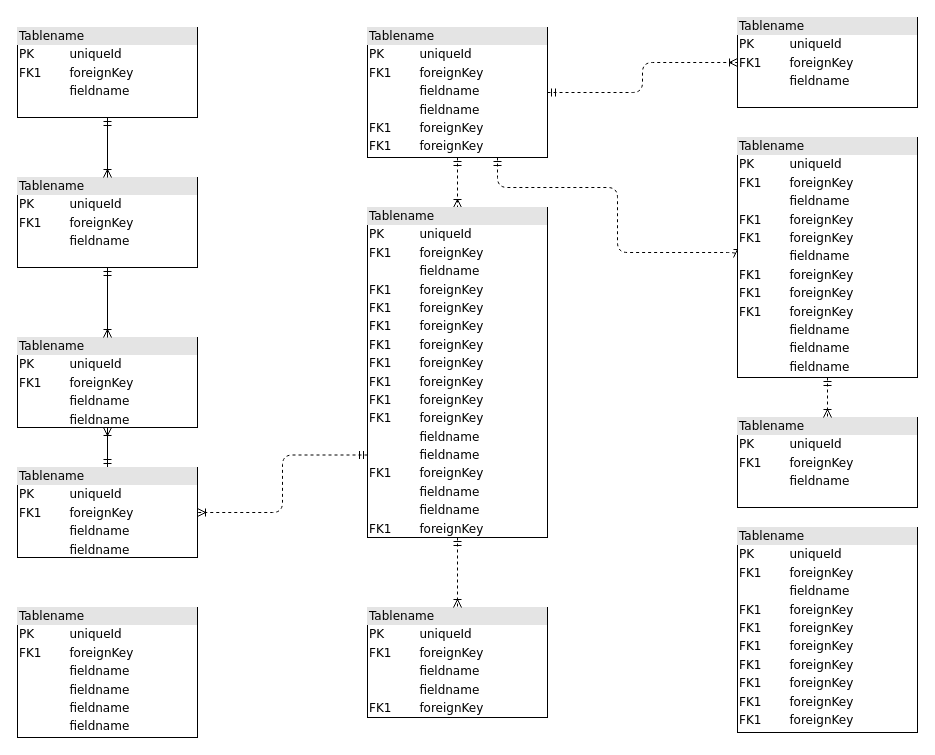
b897846872/blogbackui keeps this draw.io diagram as 监管服务逻辑模型.drawio. Above is the earlier version. Source tidied: cells renumbered, new cells numbered last; positions are measured from the earlier drawing's top-left corner, leaving out a move shared by most shapes. Both pictures are drawn from the tidied source at 100%, with x=0, y=0 at pixel (17, 17).
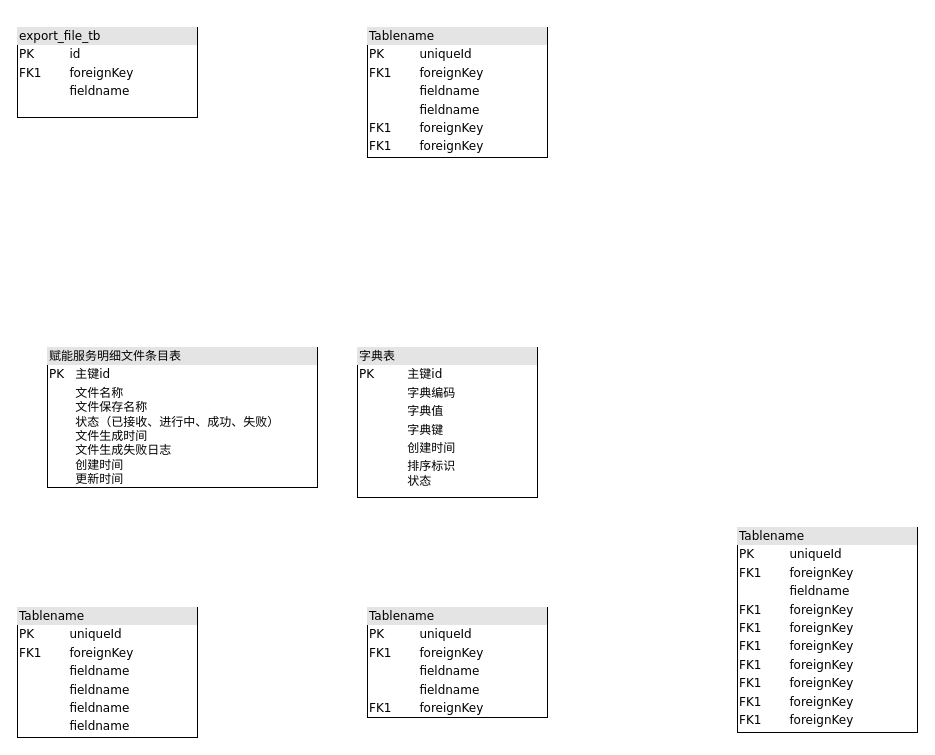
The same diagram, later.

Commit message:
更新监管服务逻辑模型.drawio

Unchanged cells that the change refers to:
```xml
<mxCell id="6" value="&lt;div style=&quot;box-sizing: border-box ; width: 100% ; background: #e4e4e4 ; padding: 2px&quot;&gt;Tablename&lt;/div&gt;&lt;table style=&quot;width: 100% ; font-size: 1em&quot; cellpadding=&quot;2&quot; cellspacing=&quot;0&quot;&gt;&lt;tbody&gt;&lt;tr&gt;&lt;td&gt;PK&lt;/td&gt;&lt;td&gt;uniqueId&lt;/td&gt;&lt;/tr&gt;&lt;tr&gt;&lt;td&gt;FK1&lt;/td&gt;&lt;td&gt;foreignKey&lt;/td&gt;&lt;/tr&gt;&lt;tr&gt;&lt;td&gt;&lt;/td&gt;&lt;td&gt;fieldname&lt;/td&gt;&lt;/tr&gt;&lt;tr&gt;&lt;td&gt;&lt;br&gt;&lt;/td&gt;&lt;td&gt;fieldname&lt;br&gt;&lt;/td&gt;&lt;/tr&gt;&lt;tr&gt;&lt;td&gt;FK1&lt;br&gt;&lt;/td&gt;&lt;td&gt;foreignKey&lt;br&gt;&lt;/td&gt;&lt;/tr&gt;&lt;tr&gt;&lt;td&gt;FK1&lt;br&gt;&lt;/td&gt;&lt;td&gt;foreignKey&lt;br&gt;&lt;/td&gt;&lt;/tr&gt;&lt;/tbody&gt;&lt;/table&gt;" style="verticalAlign=top;align=left;overflow=fill;html=1;rounded=0;shadow=0;comic=0;labelBackgroundColor=none;strokeWidth=1;fontFamily=Verdana;fontSize=12;" parent="1" vertex="1">
  <mxGeometry x="350" y="10" width="180" height="130" as="geometry" />
</mxCell>
<mxCell id="14" value="&lt;div style=&quot;box-sizing: border-box ; width: 100% ; background: #e4e4e4 ; padding: 2px&quot;&gt;Tablename&lt;/div&gt;&lt;table style=&quot;width: 100% ; font-size: 1em&quot; cellpadding=&quot;2&quot; cellspacing=&quot;0&quot;&gt;&lt;tbody&gt;&lt;tr&gt;&lt;td&gt;PK&lt;/td&gt;&lt;td&gt;uniqueId&lt;/td&gt;&lt;/tr&gt;&lt;tr&gt;&lt;td&gt;FK1&lt;/td&gt;&lt;td&gt;foreignKey&lt;/td&gt;&lt;/tr&gt;&lt;tr&gt;&lt;td&gt;&lt;/td&gt;&lt;td&gt;fieldname&lt;/td&gt;&lt;/tr&gt;&lt;tr&gt;&lt;td&gt;&lt;br&gt;&lt;/td&gt;&lt;td&gt;fieldname&lt;br&gt;&lt;/td&gt;&lt;/tr&gt;&lt;tr&gt;&lt;td&gt;FK1&lt;br&gt;&lt;/td&gt;&lt;td&gt;foreignKey&lt;br&gt;&lt;/td&gt;&lt;/tr&gt;&lt;/tbody&gt;&lt;/table&gt;" style="verticalAlign=top;align=left;overflow=fill;html=1;rounded=0;shadow=0;comic=0;labelBackgroundColor=none;strokeWidth=1;fontFamily=Verdana;fontSize=12;" parent="1" vertex="1">
  <mxGeometry x="350" y="590" width="180" height="110" as="geometry" />
</mxCell>
```

Change to the diagram source:
```diff
@@
-    <mxCell id="2" value="&lt;div style=&quot;box-sizing:border-box;width:100%;background:#e4e4e4;padding:2px;&quot;&gt;Tablename&lt;/div&gt;&lt;table style=&quot;width:100%;font-size:1em;&quot; cellpadding=&quot;2&quot; cellspacing=&quot;0&quot;&gt;&lt;tr&gt;&lt;td&gt;PK&lt;/td&gt;&lt;td&gt;uniqueId&lt;/td&gt;&lt;/tr&gt;&lt;tr&gt;&lt;td&gt;FK1&lt;/td&gt;&lt;td&gt;foreignKey&lt;/td&gt;&lt;/tr&gt;&lt;tr&gt;&lt;td&gt;&lt;/td&gt;&lt;td&gt;fieldname&lt;/td&gt;&lt;/tr&gt;&lt;/table&gt;" style="verticalAlign=top;align=left;overflow=fill;html=1;rounded=0;shadow=0;comic=0;labelBackgroundColor=none;strokeWidth=1;fontFamily=Verdana;fontSize=12;" parent="1" vertex="1">
+    <mxCell id="2" value="&lt;div style=&quot;box-sizing: border-box; width: 100%; background: rgb(228, 228, 228); padding: 2px;&quot;&gt;export_file_tb&lt;/div&gt;&lt;table style=&quot;width:100%;font-size:1em;&quot; cellpadding=&quot;2&quot; cellspacing=&quot;0&quot;&gt;&lt;tbody&gt;&lt;tr&gt;&lt;td&gt;PK&lt;/td&gt;&lt;td&gt;id&lt;/td&gt;&lt;/tr&gt;&lt;tr&gt;&lt;td&gt;FK1&lt;/td&gt;&lt;td&gt;foreignKey&lt;/td&gt;&lt;/tr&gt;&lt;tr&gt;&lt;td&gt;&lt;/td&gt;&lt;td&gt;fieldname&lt;/td&gt;&lt;/tr&gt;&lt;/tbody&gt;&lt;/table&gt;" style="verticalAlign=top;align=left;overflow=fill;html=1;rounded=0;shadow=0;comic=0;labelBackgroundColor=none;strokeWidth=1;fontFamily=Verdana;fontSize=12;" parent="1" vertex="1">
       <mxGeometry y="10" width="180" height="90" as="geometry" />
     </mxCell>
-    <mxCell id="3" style="edgeStyle=orthogonalEdgeStyle;html=1;entryX=0.5;entryY=0;dashed=1;labelBackgroundColor=none;startArrow=ERmandOne;endArrow=ERoneToMany;fontFamily=Verdana;fontSize=12;align=left;" parent="1" edge="1" source="6" target="16">
-      <mxGeometry relative="1" as="geometry" />
-    </mxCell>
-    <mxCell id="4" style="edgeStyle=orthogonalEdgeStyle;html=1;dashed=1;labelBackgroundColor=none;startArrow=ERmandOne;endArrow=ERoneToMany;fontFamily=Verdana;fontSize=12;align=left;entryX=0;entryY=0.5;" parent="1" edge="1" source="6" target="19">
-      <mxGeometry relative="1" as="geometry">
-        <Array as="points">
-          <mxPoint x="480" y="170" />
-          <mxPoint x="600" y="170" />
-          <mxPoint x="600" y="235" />
-        </Array>
-      </mxGeometry>
-    </mxCell>
-    <mxCell id="5" style="edgeStyle=orthogonalEdgeStyle;html=1;dashed=1;labelBackgroundColor=none;startArrow=ERmandOne;endArrow=ERoneToMany;fontFamily=Verdana;fontSize=12;align=left;" parent="1" edge="1" source="6" target="20">
-      <mxGeometry relative="1" as="geometry" />
-    </mxCell>
@@
-    <mxCell id="7" style="edgeStyle=orthogonalEdgeStyle;html=1;labelBackgroundColor=none;startArrow=ERmandOne;endArrow=ERoneToMany;fontFamily=Verdana;fontSize=12;align=left;" parent="1" edge="1" source="9" target="10">
-      <mxGeometry relative="1" as="geometry" />
-    </mxCell>
-    <mxCell id="8" style="edgeStyle=orthogonalEdgeStyle;html=1;exitX=0;exitY=0.75;entryX=1;entryY=0.5;dashed=1;labelBackgroundColor=none;startArrow=ERmandOne;endArrow=ERoneToMany;fontFamily=Verdana;fontSize=12;align=left;" parent="1" edge="1" source="16" target="9">
-      <mxGeometry relative="1" as="geometry" />
-    </mxCell>
-    <mxCell id="9" value="&lt;div style=&quot;box-sizing: border-box ; width: 100% ; background: #e4e4e4 ; padding: 2px&quot;&gt;Tablename&lt;/div&gt;&lt;table style=&quot;width: 100% ; font-size: 1em&quot; cellpadding=&quot;2&quot; cellspacing=&quot;0&quot;&gt;&lt;tbody&gt;&lt;tr&gt;&lt;td&gt;PK&lt;/td&gt;&lt;td&gt;uniqueId&lt;/td&gt;&lt;/tr&gt;&lt;tr&gt;&lt;td&gt;FK1&lt;/td&gt;&lt;td&gt;foreignKey&lt;/td&gt;&lt;/tr&gt;&lt;tr&gt;&lt;td&gt;&lt;/td&gt;&lt;td&gt;fieldname&lt;/td&gt;&lt;/tr&gt;&lt;tr&gt;&lt;td&gt;&lt;br&gt;&lt;/td&gt;&lt;td&gt;fieldname&lt;br&gt;&lt;/td&gt;&lt;/tr&gt;&lt;/tbody&gt;&lt;/table&gt;" style="verticalAlign=top;align=left;overflow=fill;html=1;rounded=0;shadow=0;comic=0;labelBackgroundColor=none;strokeWidth=1;fontFamily=Verdana;fontSize=12;" parent="1" vertex="1">
-      <mxGeometry y="450" width="180" height="90" as="geometry" />
-    </mxCell>
-    <mxCell id="10" value="&lt;div style=&quot;box-sizing: border-box ; width: 100% ; background: #e4e4e4 ; padding: 2px&quot;&gt;Tablename&lt;/div&gt;&lt;table style=&quot;width: 100% ; font-size: 1em&quot; cellpadding=&quot;2&quot; cellspacing=&quot;0&quot;&gt;&lt;tbody&gt;&lt;tr&gt;&lt;td&gt;PK&lt;/td&gt;&lt;td&gt;uniqueId&lt;/td&gt;&lt;/tr&gt;&lt;tr&gt;&lt;td&gt;FK1&lt;/td&gt;&lt;td&gt;foreignKey&lt;/td&gt;&lt;/tr&gt;&lt;tr&gt;&lt;td&gt;&lt;/td&gt;&lt;td&gt;fieldname&lt;/td&gt;&lt;/tr&gt;&lt;tr&gt;&lt;td&gt;&lt;br&gt;&lt;/td&gt;&lt;td&gt;fieldname&lt;br&gt;&lt;/td&gt;&lt;/tr&gt;&lt;/tbody&gt;&lt;/table&gt;" style="verticalAlign=top;align=left;overflow=fill;html=1;rounded=0;shadow=0;comic=0;labelBackgroundColor=none;strokeWidth=1;fontFamily=Verdana;fontSize=12;" parent="1" vertex="1">
-      <mxGeometry y="320" width="180" height="90" as="geometry" />
-    </mxCell>
-    <mxCell id="11" style="edgeStyle=orthogonalEdgeStyle;html=1;entryX=0.5;entryY=0;labelBackgroundColor=none;startArrow=ERmandOne;endArrow=ERoneToMany;fontFamily=Verdana;fontSize=12;align=left;" parent="1" edge="1" source="12" target="10">
-      <mxGeometry relative="1" as="geometry" />
-    </mxCell>
-    <mxCell id="12" value="&lt;div style=&quot;box-sizing:border-box;width:100%;background:#e4e4e4;padding:2px;&quot;&gt;Tablename&lt;/div&gt;&lt;table style=&quot;width:100%;font-size:1em;&quot; cellpadding=&quot;2&quot; cellspacing=&quot;0&quot;&gt;&lt;tr&gt;&lt;td&gt;PK&lt;/td&gt;&lt;td&gt;uniqueId&lt;/td&gt;&lt;/tr&gt;&lt;tr&gt;&lt;td&gt;FK1&lt;/td&gt;&lt;td&gt;foreignKey&lt;/td&gt;&lt;/tr&gt;&lt;tr&gt;&lt;td&gt;&lt;/td&gt;&lt;td&gt;fieldname&lt;/td&gt;&lt;/tr&gt;&lt;/table&gt;" style="verticalAlign=top;align=left;overflow=fill;html=1;rounded=0;shadow=0;comic=0;labelBackgroundColor=none;strokeWidth=1;fontFamily=Verdana;fontSize=12;" parent="1" vertex="1">
-      <mxGeometry y="160" width="180" height="90" as="geometry" />
-    </mxCell>
@@
-    <mxCell id="15" style="edgeStyle=orthogonalEdgeStyle;html=1;entryX=0.5;entryY=0;labelBackgroundColor=none;startArrow=ERmandOne;endArrow=ERoneToMany;fontFamily=Verdana;fontSize=12;align=left;dashed=1;" parent="1" edge="1" source="16" target="14">
-      <mxGeometry relative="1" as="geometry" />
-    </mxCell>
-    <mxCell id="16" value="&lt;div style=&quot;box-sizing: border-box ; width: 100% ; background: #e4e4e4 ; padding: 2px&quot;&gt;Tablename&lt;/div&gt;&lt;table style=&quot;width: 100% ; font-size: 1em&quot; cellpadding=&quot;2&quot; cellspacing=&quot;0&quot;&gt;&lt;tbody&gt;&lt;tr&gt;&lt;td&gt;PK&lt;/td&gt;&lt;td&gt;uniqueId&lt;/td&gt;&lt;/tr&gt;&lt;tr&gt;&lt;td&gt;FK1&lt;/td&gt;&lt;td&gt;foreignKey&lt;/td&gt;&lt;/tr&gt;&lt;tr&gt;&lt;td&gt;&lt;/td&gt;&lt;td&gt;fieldname&lt;/td&gt;&lt;/tr&gt;&lt;tr&gt;&lt;td&gt;FK1&lt;br&gt;&lt;/td&gt;&lt;td&gt;foreignKey&lt;br&gt;&lt;/td&gt;&lt;/tr&gt;&lt;tr&gt;&lt;td&gt;FK1&lt;br&gt;&lt;/td&gt;&lt;td&gt;foreignKey&lt;br&gt;&lt;/td&gt;&lt;/tr&gt;&lt;tr&gt;&lt;td&gt;FK1&lt;br&gt;&lt;/td&gt;&lt;td&gt;foreignKey&lt;br&gt;&lt;/td&gt;&lt;/tr&gt;&lt;tr&gt;&lt;td&gt;FK1&lt;br&gt;&lt;/td&gt;&lt;td&gt;foreignKey&lt;br&gt;&lt;/td&gt;&lt;/tr&gt;&lt;tr&gt;&lt;td&gt;FK1&lt;br&gt;&lt;/td&gt;&lt;td&gt;foreignKey&lt;br&gt;&lt;/td&gt;&lt;/tr&gt;&lt;tr&gt;&lt;td&gt;FK1&lt;br&gt;&lt;/td&gt;&lt;td&gt;foreignKey&lt;br&gt;&lt;/td&gt;&lt;/tr&gt;&lt;tr&gt;&lt;td&gt;FK1&lt;br&gt;&lt;/td&gt;&lt;td&gt;foreignKey&lt;br&gt;&lt;/td&gt;&lt;/tr&gt;&lt;tr&gt;&lt;td&gt;FK1&lt;br&gt;&lt;/td&gt;&lt;td&gt;foreignKey&lt;br&gt;&lt;/td&gt;&lt;/tr&gt;&lt;tr&gt;&lt;td&gt;&lt;br&gt;&lt;/td&gt;&lt;td&gt;fieldname&lt;br&gt;&lt;/td&gt;&lt;/tr&gt;&lt;tr&gt;&lt;td&gt;&lt;br&gt;&lt;/td&gt;&lt;td&gt;fieldname&lt;br&gt;&lt;/td&gt;&lt;/tr&gt;&lt;tr&gt;&lt;td&gt;FK1&lt;br&gt;&lt;/td&gt;&lt;td&gt;foreignKey&lt;br&gt;&lt;/td&gt;&lt;/tr&gt;&lt;tr&gt;&lt;td&gt;&lt;br&gt;&lt;/td&gt;&lt;td&gt;fieldname&lt;br&gt;&lt;/td&gt;&lt;/tr&gt;&lt;tr&gt;&lt;td&gt;&lt;br&gt;&lt;/td&gt;&lt;td&gt;fieldname&lt;br&gt;&lt;/td&gt;&lt;/tr&gt;&lt;tr&gt;&lt;td&gt;FK1&lt;br&gt;&lt;/td&gt;&lt;td&gt;foreignKey&lt;br&gt;&lt;/td&gt;&lt;/tr&gt;&lt;/tbody&gt;&lt;/table&gt;" style="verticalAlign=top;align=left;overflow=fill;html=1;rounded=0;shadow=0;comic=0;labelBackgroundColor=none;strokeWidth=1;fontFamily=Verdana;fontSize=12;" parent="1" vertex="1">
-      <mxGeometry x="350" y="190" width="180" height="330" as="geometry" />
-    </mxCell>
-    <mxCell id="17" value="&lt;div style=&quot;box-sizing:border-box;width:100%;background:#e4e4e4;padding:2px;&quot;&gt;Tablename&lt;/div&gt;&lt;table style=&quot;width:100%;font-size:1em;&quot; cellpadding=&quot;2&quot; cellspacing=&quot;0&quot;&gt;&lt;tr&gt;&lt;td&gt;PK&lt;/td&gt;&lt;td&gt;uniqueId&lt;/td&gt;&lt;/tr&gt;&lt;tr&gt;&lt;td&gt;FK1&lt;/td&gt;&lt;td&gt;foreignKey&lt;/td&gt;&lt;/tr&gt;&lt;tr&gt;&lt;td&gt;&lt;/td&gt;&lt;td&gt;fieldname&lt;/td&gt;&lt;/tr&gt;&lt;/table&gt;" style="verticalAlign=top;align=left;overflow=fill;html=1;rounded=0;shadow=0;comic=0;labelBackgroundColor=none;strokeWidth=1;fontFamily=Verdana;fontSize=12;" parent="1" vertex="1">
-      <mxGeometry x="720" y="400" width="180" height="90" as="geometry" />
-    </mxCell>
-    <mxCell id="18" style="edgeStyle=orthogonalEdgeStyle;html=1;entryX=0.5;entryY=0;dashed=1;labelBackgroundColor=none;startArrow=ERmandOne;endArrow=ERoneToMany;fontFamily=Verdana;fontSize=12;align=left;" parent="1" edge="1" source="19" target="17">
-      <mxGeometry relative="1" as="geometry" />
-    </mxCell>
-    <mxCell id="19" value="&lt;div style=&quot;box-sizing: border-box ; width: 100% ; background: #e4e4e4 ; padding: 2px&quot;&gt;Tablename&lt;/div&gt;&lt;table style=&quot;width: 100% ; font-size: 1em&quot; cellpadding=&quot;2&quot; cellspacing=&quot;0&quot;&gt;&lt;tbody&gt;&lt;tr&gt;&lt;td&gt;PK&lt;/td&gt;&lt;td&gt;uniqueId&lt;/td&gt;&lt;/tr&gt;&lt;tr&gt;&lt;td&gt;FK1&lt;/td&gt;&lt;td&gt;foreignKey&lt;/td&gt;&lt;/tr&gt;&lt;tr&gt;&lt;td&gt;&lt;/td&gt;&lt;td&gt;fieldname&lt;/td&gt;&lt;/tr&gt;&lt;tr&gt;&lt;td&gt;FK1&lt;br&gt;&lt;/td&gt;&lt;td&gt;foreignKey&lt;br&gt;&lt;/td&gt;&lt;/tr&gt;&lt;tr&gt;&lt;td&gt;FK1&lt;br&gt;&lt;/td&gt;&lt;td&gt;foreignKey&lt;br&gt;&lt;/td&gt;&lt;/tr&gt;&lt;tr&gt;&lt;td&gt;&lt;br&gt;&lt;/td&gt;&lt;td&gt;fieldname&lt;br&gt;&lt;/td&gt;&lt;/tr&gt;&lt;tr&gt;&lt;td&gt;FK1&lt;br&gt;&lt;/td&gt;&lt;td&gt;foreignKey&lt;br&gt;&lt;/td&gt;&lt;/tr&gt;&lt;tr&gt;&lt;td&gt;FK1&lt;br&gt;&lt;/td&gt;&lt;td&gt;foreignKey&lt;br&gt;&lt;/td&gt;&lt;/tr&gt;&lt;tr&gt;&lt;td&gt;FK1&lt;br&gt;&lt;/td&gt;&lt;td&gt;foreignKey&lt;br&gt;&lt;/td&gt;&lt;/tr&gt;&lt;tr&gt;&lt;td&gt;&lt;br&gt;&lt;/td&gt;&lt;td&gt;fieldname&lt;br&gt;&lt;/td&gt;&lt;/tr&gt;&lt;tr&gt;&lt;td&gt;&lt;br&gt;&lt;/td&gt;&lt;td&gt;fieldname&lt;br&gt;&lt;/td&gt;&lt;/tr&gt;&lt;tr&gt;&lt;td&gt;&lt;br&gt;&lt;/td&gt;&lt;td&gt;fieldname&lt;br&gt;&lt;/td&gt;&lt;/tr&gt;&lt;/tbody&gt;&lt;/table&gt;" style="verticalAlign=top;align=left;overflow=fill;html=1;rounded=0;shadow=0;comic=0;labelBackgroundColor=none;strokeWidth=1;fontFamily=Verdana;fontSize=12;" parent="1" vertex="1">
-      <mxGeometry x="720" y="120" width="180" height="240" as="geometry" />
-    </mxCell>
-    <mxCell id="20" value="&lt;div style=&quot;box-sizing:border-box;width:100%;background:#e4e4e4;padding:2px;&quot;&gt;Tablename&lt;/div&gt;&lt;table style=&quot;width:100%;font-size:1em;&quot; cellpadding=&quot;2&quot; cellspacing=&quot;0&quot;&gt;&lt;tr&gt;&lt;td&gt;PK&lt;/td&gt;&lt;td&gt;uniqueId&lt;/td&gt;&lt;/tr&gt;&lt;tr&gt;&lt;td&gt;FK1&lt;/td&gt;&lt;td&gt;foreignKey&lt;/td&gt;&lt;/tr&gt;&lt;tr&gt;&lt;td&gt;&lt;/td&gt;&lt;td&gt;fieldname&lt;/td&gt;&lt;/tr&gt;&lt;/table&gt;" style="verticalAlign=top;align=left;overflow=fill;html=1;rounded=0;shadow=0;comic=0;labelBackgroundColor=none;strokeWidth=1;fontFamily=Verdana;fontSize=12;" parent="1" vertex="1">
-      <mxGeometry x="720" width="180" height="90" as="geometry" />
-    </mxCell>
@@
-    <mxCell id="22" style="edgeStyle=orthogonalEdgeStyle;html=1;endArrow=ERoneToMany;startArrow=ERmandOne;labelBackgroundColor=none;fontFamily=Verdana;fontSize=12;align=left;exitX=0.5;exitY=1;entryX=0.5;entryY=0;" parent="1" edge="1" source="2" target="12">
-      <mxGeometry relative="1" as="geometry" />
-    </mxCell>
+    <mxCell id="23" value="&lt;div style=&quot;box-sizing: border-box; width: 100%; background: rgb(228, 228, 228); padding: 2px;&quot;&gt;赋能服务明细文件条目表&lt;/div&gt;&lt;table style=&quot;width:100%;font-size:1em;&quot; cellpadding=&quot;2&quot; cellspacing=&quot;0&quot;&gt;&lt;tbody&gt;&lt;tr&gt;&lt;td&gt;PK&lt;/td&gt;&lt;td&gt;&amp;nbsp;主键id&lt;/td&gt;&lt;/tr&gt;&lt;tr&gt;&lt;td&gt;&lt;br&gt;&lt;/td&gt;&lt;td&gt;&amp;nbsp;文件名称&lt;br&gt;&amp;nbsp;文件保存名称&lt;br&gt;&amp;nbsp;状态（已接收、进行中、成功、失败）&lt;br&gt;&amp;nbsp;文件生成时间&lt;br&gt;&amp;nbsp;文件生成失败日志&lt;br&gt;&amp;nbsp;创建时间&lt;br&gt;&amp;nbsp;更新时间&lt;/td&gt;&lt;/tr&gt;&lt;tr&gt;&lt;td&gt;&lt;/td&gt;&lt;td&gt;&lt;br&gt;&lt;/td&gt;&lt;/tr&gt;&lt;/tbody&gt;&lt;/table&gt;" style="verticalAlign=top;align=left;overflow=fill;html=1;rounded=0;shadow=0;comic=0;labelBackgroundColor=none;strokeWidth=1;fontFamily=Verdana;fontSize=12;" parent="1" vertex="1">
+      <mxGeometry x="30" y="330" width="270" height="140" as="geometry" />
+    </mxCell>
+    <mxCell id="24" value="&lt;div style=&quot;box-sizing: border-box; width: 100%; background: rgb(228, 228, 228); padding: 2px;&quot;&gt;字典表&lt;/div&gt;&lt;table style=&quot;width: 100% ; font-size: 1em&quot; cellpadding=&quot;2&quot; cellspacing=&quot;0&quot;&gt;&lt;tbody&gt;&lt;tr&gt;&lt;td&gt;PK&lt;/td&gt;&lt;td&gt;主键id&lt;/td&gt;&lt;/tr&gt;&lt;tr&gt;&lt;td&gt;&lt;br&gt;&lt;/td&gt;&lt;td&gt;字典编码&lt;/td&gt;&lt;/tr&gt;&lt;tr&gt;&lt;td&gt;&lt;/td&gt;&lt;td&gt;字典值&lt;/td&gt;&lt;/tr&gt;&lt;tr&gt;&lt;td&gt;&lt;br&gt;&lt;/td&gt;&lt;td&gt;字典键&lt;/td&gt;&lt;/tr&gt;&lt;tr&gt;&lt;td&gt;&lt;br&gt;&lt;/td&gt;&lt;td&gt;创建时间&lt;/td&gt;&lt;/tr&gt;&lt;tr&gt;&lt;td&gt;&lt;br&gt;&lt;/td&gt;&lt;td&gt;排序标识&lt;br&gt;状态&lt;/td&gt;&lt;/tr&gt;&lt;/tbody&gt;&lt;/table&gt;" style="verticalAlign=top;align=left;overflow=fill;html=1;rounded=0;shadow=0;comic=0;labelBackgroundColor=none;strokeWidth=1;fontFamily=Verdana;fontSize=12;" parent="1" vertex="1">
+      <mxGeometry x="340" y="330" width="180" height="150" as="geometry" />
+    </mxCell>
```
